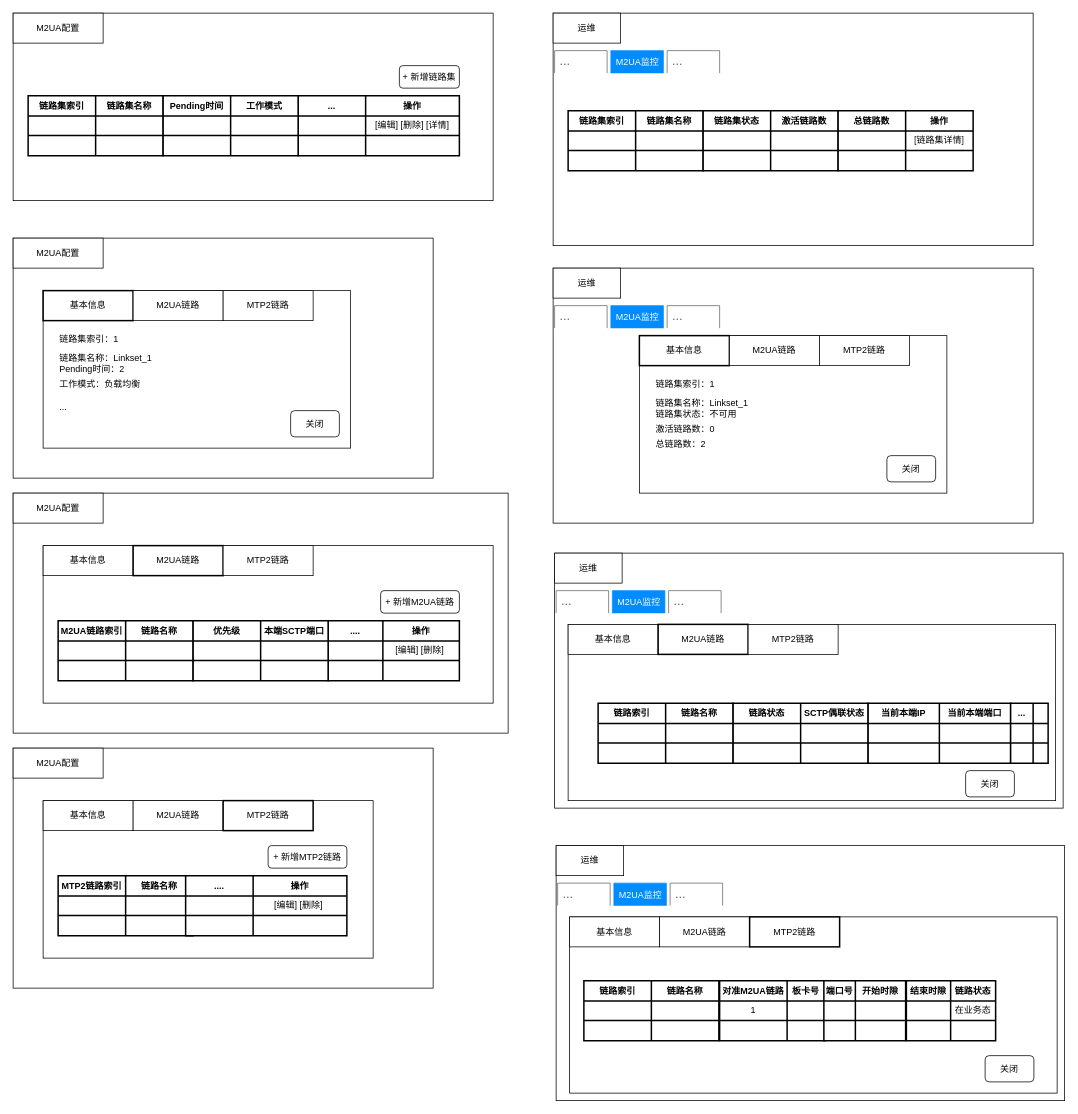
The draw.io diagram m2ua.drawio in waterwatermelon/graph, before the edit. Source tidied: cells renumbered, new cells numbered last; positions are measured from the earlier drawing's top-left corner, leaving out a move shared by most shapes. Both pictures are drawn from the tidied source at 75%, with x=0, y=0 at pixel (13, 13).
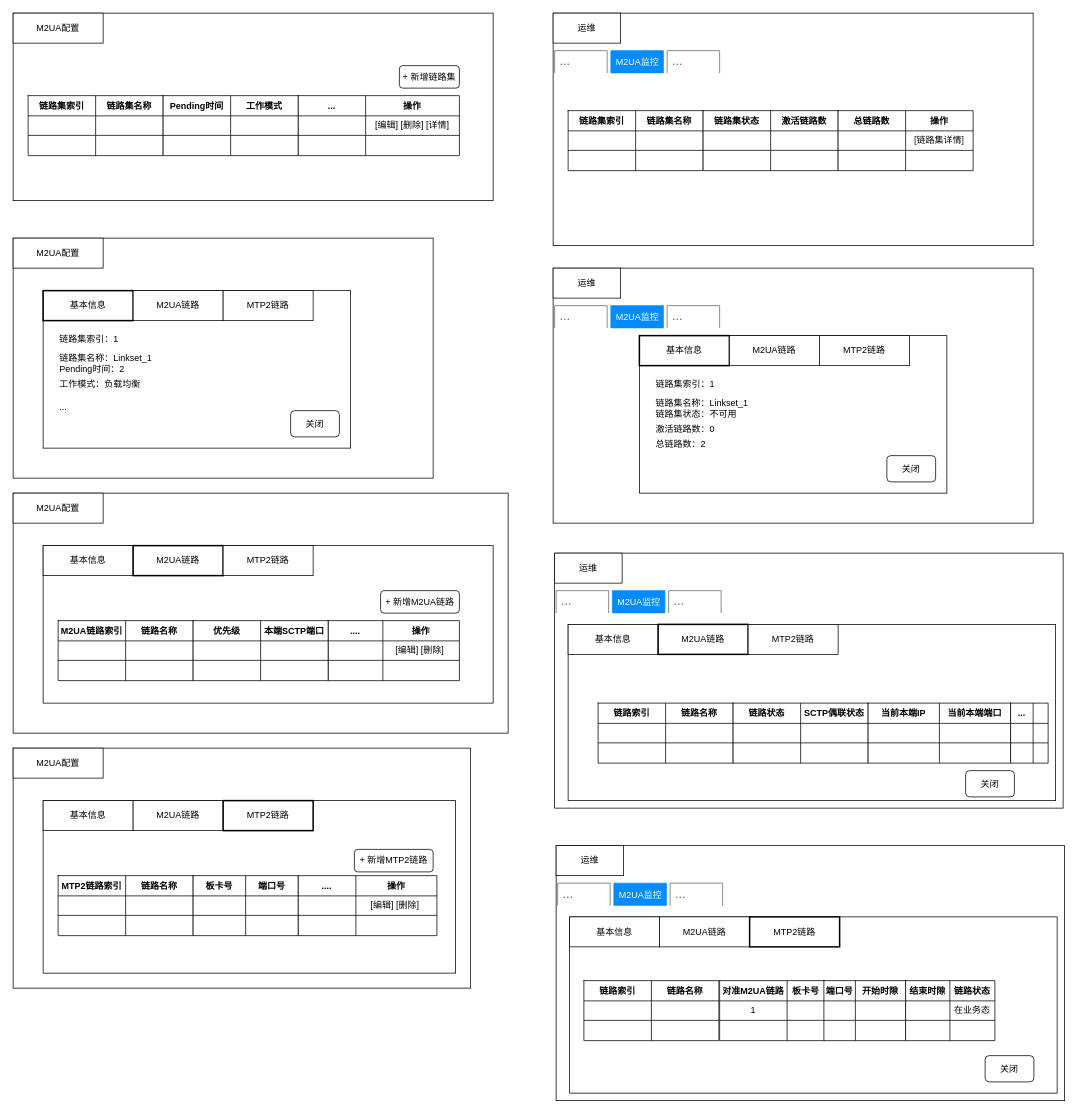
Above is the later version.

The edit, as a diff of the source:
```diff
@@
-    <mxCell id="4" style="shape=table;html=1;whiteSpace=wrap;startSize=0;childLayout=tableLayout;strokeWidth=2;" parent="1" vertex="1">
+    <mxCell id="4" style="shape=table;html=1;whiteSpace=wrap;startSize=0;childLayout=tableLayout;strokeWidth=1;" parent="1" vertex="1">
       <mxGeometry x="20" y="110" width="180" height="80" as="geometry" />
     </mxCell>
@@
-    <mxCell id="14" style="shape=table;html=1;whiteSpace=wrap;startSize=0;childLayout=tableLayout;strokeWidth=2;" parent="1" vertex="1">
+    <mxCell id="14" style="shape=table;html=1;whiteSpace=wrap;startSize=0;childLayout=tableLayout;strokeWidth=1;" parent="1" vertex="1">
       <mxGeometry x="380" y="110" width="215" height="80" as="geometry" />
     </mxCell>
@@
-    <mxCell id="40" style="shape=table;html=1;whiteSpace=wrap;startSize=0;childLayout=tableLayout;strokeWidth=2;" parent="1" vertex="1">
+    <mxCell id="40" style="shape=table;html=1;whiteSpace=wrap;startSize=0;childLayout=tableLayout;strokeWidth=1;" parent="1" vertex="1">
       <mxGeometry x="60" y="810" width="180" height="80" as="geometry" />
     </mxCell>
@@
-    <mxCell id="50" style="shape=table;html=1;whiteSpace=wrap;startSize=0;childLayout=tableLayout;strokeWidth=2;" parent="1" vertex="1">
+    <mxCell id="50" style="shape=table;html=1;whiteSpace=wrap;startSize=0;childLayout=tableLayout;strokeWidth=1;" parent="1" vertex="1">
       <mxGeometry x="420" y="810" width="175" height="80" as="geometry" />
     </mxCell>
@@
     <mxCell id="63" style="rounded=0;whiteSpace=wrap;html=1;" parent="1" vertex="1">
-      <mxGeometry y="980" width="560" height="320" as="geometry" />
+      <mxGeometry y="980" width="610" height="320" as="geometry" />
     </mxCell>
@@
     <mxCell id="65" style="rounded=0;whiteSpace=wrap;html=1;" parent="1" vertex="1">
-      <mxGeometry x="40" y="1050" width="440" height="210" as="geometry" />
+      <mxGeometry x="40" y="1050" width="550" height="230" as="geometry" />
     </mxCell>
@@
-    <mxCell id="69" style="shape=table;html=1;whiteSpace=wrap;startSize=0;childLayout=tableLayout;strokeWidth=2;" parent="1" vertex="1">
+    <mxCell id="69" style="shape=table;html=1;whiteSpace=wrap;startSize=0;childLayout=tableLayout;strokeWidth=1;" parent="1" vertex="1">
       <mxGeometry x="60" y="1150" width="180" height="80" as="geometry" />
     </mxCell>
@@
-    <mxCell id="79" style="shape=table;html=1;whiteSpace=wrap;startSize=0;childLayout=tableLayout;strokeWidth=2;" parent="1" vertex="1">
-      <mxGeometry x="230" y="1150" width="215" height="80" as="geometry" />
-    </mxCell>
-    <mxCell id="80" style="shape=tableRow;horizontal=0;startSize=0;swimlaneHead=0;swimlaneBody=0;top=0;left=0;bottom=0;right=0;fillColor=none;" parent="79" vertex="1">
-      <mxGeometry width="215" height="27" as="geometry" />
-    </mxCell>
-    <mxCell id="81" value="...." style="shape=partialRectangle;html=1;whiteSpace=wrap;fillColor=none;top=0;left=0;bottom=0;right=0;overflow=hidden;fontStyle=1;" parent="80" vertex="1">
-      <mxGeometry width="90" height="27" as="geometry" />
-    </mxCell>
-    <mxCell id="82" value="操作" style="shape=partialRectangle;html=1;whiteSpace=wrap;fillColor=none;top=0;left=0;bottom=0;right=0;overflow=hidden;fontStyle=1;" parent="80" vertex="1">
-      <mxGeometry x="90" width="125" height="27" as="geometry" />
-    </mxCell>
-    <mxCell id="83" style="shape=tableRow;horizontal=0;startSize=0;swimlaneHead=0;swimlaneBody=0;top=0;left=0;bottom=0;right=0;fillColor=none;" parent="79" vertex="1">
-      <mxGeometry y="27" width="215" height="26" as="geometry" />
-    </mxCell>
-    <mxCell id="84" style="shape=partialRectangle;html=1;whiteSpace=wrap;fillColor=none;top=0;left=0;bottom=0;right=0;overflow=hidden;" parent="83" vertex="1">
-      <mxGeometry width="90" height="26" as="geometry" />
-    </mxCell>
-    <mxCell id="85" value="[编辑] [删除]&amp;nbsp;" style="shape=partialRectangle;html=1;whiteSpace=wrap;fillColor=none;top=0;left=0;bottom=0;right=0;overflow=hidden;" parent="83" vertex="1">
-      <mxGeometry x="90" width="125" height="26" as="geometry" />
-    </mxCell>
-    <mxCell id="86" style="shape=tableRow;horizontal=0;startSize=0;swimlaneHead=0;swimlaneBody=0;top=0;left=0;bottom=0;right=0;fillColor=none;" parent="79" vertex="1">
-      <mxGeometry y="53" width="215" height="27" as="geometry" />
-    </mxCell>
-    <mxCell id="87" style="shape=partialRectangle;html=1;whiteSpace=wrap;fillColor=none;top=0;left=0;bottom=0;right=0;overflow=hidden;" parent="86" vertex="1">
-      <mxGeometry width="90" height="27" as="geometry" />
-    </mxCell>
-    <mxCell id="88" style="shape=partialRectangle;html=1;whiteSpace=wrap;fillColor=none;top=0;left=0;bottom=0;right=0;overflow=hidden;" parent="86" vertex="1">
-      <mxGeometry x="90" width="125" height="27" as="geometry" />
-    </mxCell>
     <mxCell id="89" value="+ 新增MTP2链路" style="html=1;whiteSpace=wrap;align=center;verticalAlign=middle;rounded=1;labelBorderColor=none;strokeColor=default;strokeWidth=1;" parent="1" vertex="1">
-      <mxGeometry x="340" y="1110" width="105" height="30" as="geometry" />
+      <mxGeometry x="455" y="1115" width="105" height="30" as="geometry" />
     </mxCell>
-    <mxCell id="90" style="shape=table;html=1;whiteSpace=wrap;startSize=0;childLayout=tableLayout;strokeWidth=2;" parent="1" vertex="1">
+    <mxCell id="90" style="shape=table;html=1;whiteSpace=wrap;startSize=0;childLayout=tableLayout;strokeWidth=1;" parent="1" vertex="1">
       <mxGeometry x="200" y="110" width="180" height="80" as="geometry" />
     </mxCell>
@@
-    <mxCell id="101" style="shape=table;html=1;whiteSpace=wrap;startSize=0;childLayout=tableLayout;strokeWidth=2;" parent="1" vertex="1">
+    <mxCell id="101" style="shape=table;html=1;whiteSpace=wrap;startSize=0;childLayout=tableLayout;strokeWidth=1;" parent="1" vertex="1">
       <mxGeometry x="240" y="810" width="180" height="80" as="geometry" />
     </mxCell>
@@
-    <mxCell id="116" style="shape=table;html=1;whiteSpace=wrap;startSize=0;childLayout=tableLayout;strokeWidth=2;" parent="1" vertex="1">
+    <mxCell id="116" style="shape=table;html=1;whiteSpace=wrap;startSize=0;childLayout=tableLayout;strokeWidth=1;" parent="1" vertex="1">
       <mxGeometry x="740" y="130" width="180" height="80" as="geometry" />
     </mxCell>
@@
-    <mxCell id="126" style="shape=table;html=1;whiteSpace=wrap;startSize=0;childLayout=tableLayout;strokeWidth=2;" parent="1" vertex="1">
+    <mxCell id="126" style="shape=table;html=1;whiteSpace=wrap;startSize=0;childLayout=tableLayout;strokeWidth=1;" parent="1" vertex="1">
       <mxGeometry x="920" y="130" width="180" height="80" as="geometry" />
     </mxCell>
@@
-    <mxCell id="136" style="shape=table;html=1;whiteSpace=wrap;startSize=0;childLayout=tableLayout;strokeWidth=2;" parent="1" vertex="1">
+    <mxCell id="136" style="shape=table;html=1;whiteSpace=wrap;startSize=0;childLayout=tableLayout;strokeWidth=1;" parent="1" vertex="1">
       <mxGeometry x="1100" y="130" width="180" height="80" as="geometry" />
     </mxCell>
@@
-    <mxCell id="171" style="shape=table;html=1;whiteSpace=wrap;startSize=0;childLayout=tableLayout;strokeWidth=2;" parent="1" vertex="1">
+    <mxCell id="171" style="shape=table;html=1;whiteSpace=wrap;startSize=0;childLayout=tableLayout;strokeWidth=1;" parent="1" vertex="1">
       <mxGeometry x="780" y="920" width="180" height="80" as="geometry" />
     </mxCell>
@@
-    <mxCell id="181" style="shape=table;html=1;whiteSpace=wrap;startSize=0;childLayout=tableLayout;strokeWidth=2;" parent="1" vertex="1">
+    <mxCell id="181" style="shape=table;html=1;whiteSpace=wrap;startSize=0;childLayout=tableLayout;strokeWidth=1;" parent="1" vertex="1">
       <mxGeometry x="960" y="920" width="180" height="80" as="geometry" />
     </mxCell>
@@
-    <mxCell id="191" style="shape=table;html=1;whiteSpace=wrap;startSize=0;childLayout=tableLayout;strokeWidth=2;" parent="1" vertex="1">
+    <mxCell id="191" style="shape=table;html=1;whiteSpace=wrap;startSize=0;childLayout=tableLayout;strokeWidth=1;" parent="1" vertex="1">
       <mxGeometry x="1140" y="920" width="190" height="80" as="geometry" />
     </mxCell>
@@
-    <mxCell id="201" style="shape=table;html=1;whiteSpace=wrap;startSize=0;childLayout=tableLayout;strokeWidth=2;" parent="1" vertex="1">
+    <mxCell id="201" style="shape=table;html=1;whiteSpace=wrap;startSize=0;childLayout=tableLayout;strokeWidth=1;" parent="1" vertex="1">
       <mxGeometry x="1330" y="920" width="50" height="80" as="geometry" />
     </mxCell>
@@
-    <mxCell id="221" style="shape=table;html=1;whiteSpace=wrap;startSize=0;childLayout=tableLayout;strokeWidth=2;" parent="1" vertex="1">
+    <mxCell id="221" style="shape=table;html=1;whiteSpace=wrap;startSize=0;childLayout=tableLayout;strokeWidth=1;" parent="1" vertex="1">
       <mxGeometry x="761" y="1290" width="180" height="80" as="geometry" />
     </mxCell>
@@
-    <mxCell id="231" style="shape=table;html=1;whiteSpace=wrap;startSize=0;childLayout=tableLayout;strokeWidth=2;" parent="1" vertex="1">
+    <mxCell id="231" style="shape=table;html=1;whiteSpace=wrap;startSize=0;childLayout=tableLayout;strokeWidth=1;" parent="1" vertex="1">
       <mxGeometry x="942" y="1290" width="140" height="80" as="geometry" />
     </mxCell>
@@
-    <mxCell id="241" style="shape=table;html=1;whiteSpace=wrap;startSize=0;childLayout=tableLayout;strokeWidth=2;" parent="1" vertex="1">
+    <mxCell id="241" style="shape=table;html=1;whiteSpace=wrap;startSize=0;childLayout=tableLayout;strokeWidth=1;" parent="1" vertex="1">
       <mxGeometry x="1081" y="1290" width="109" height="80" as="geometry" />
     </mxCell>
@@
-    <mxCell id="251" style="shape=table;html=1;whiteSpace=wrap;startSize=0;childLayout=tableLayout;strokeWidth=2;" parent="1" vertex="1">
-      <mxGeometry x="1191" y="1290" width="119" height="80" as="geometry" />
+    <mxCell id="251" style="shape=table;html=1;whiteSpace=wrap;startSize=0;childLayout=tableLayout;strokeWidth=1;" parent="1" vertex="1">
+      <mxGeometry x="1190" y="1290" width="119" height="80" as="geometry" />
     </mxCell>
@@
+    <mxCell id="79" style="shape=table;html=1;whiteSpace=wrap;startSize=0;childLayout=tableLayout;strokeWidth=1;" parent="1" vertex="1">
+      <mxGeometry x="380" y="1150" width="185" height="80" as="geometry" />
+    </mxCell>
+    <mxCell id="80" style="shape=tableRow;horizontal=0;startSize=0;swimlaneHead=0;swimlaneBody=0;top=0;left=0;bottom=0;right=0;fillColor=none;" parent="79" vertex="1">
+      <mxGeometry width="185" height="27" as="geometry" />
+    </mxCell>
+    <mxCell id="81" value="...." style="shape=partialRectangle;html=1;whiteSpace=wrap;fillColor=none;top=0;left=0;bottom=0;right=0;overflow=hidden;fontStyle=1;" parent="80" vertex="1">
+      <mxGeometry width="77" height="27" as="geometry" />
+    </mxCell>
+    <mxCell id="82" value="操作" style="shape=partialRectangle;html=1;whiteSpace=wrap;fillColor=none;top=0;left=0;bottom=0;right=0;overflow=hidden;fontStyle=1;" parent="80" vertex="1">
+      <mxGeometry x="77" width="108" height="27" as="geometry" />
+    </mxCell>
+    <mxCell id="83" style="shape=tableRow;horizontal=0;startSize=0;swimlaneHead=0;swimlaneBody=0;top=0;left=0;bottom=0;right=0;fillColor=none;" parent="79" vertex="1">
+      <mxGeometry y="27" width="185" height="26" as="geometry" />
+    </mxCell>
+    <mxCell id="84" style="shape=partialRectangle;html=1;whiteSpace=wrap;fillColor=none;top=0;left=0;bottom=0;right=0;overflow=hidden;" parent="83" vertex="1">
+      <mxGeometry width="77" height="26" as="geometry" />
+    </mxCell>
+    <mxCell id="85" value="[编辑] [删除]&amp;nbsp;" style="shape=partialRectangle;html=1;whiteSpace=wrap;fillColor=none;top=0;left=0;bottom=0;right=0;overflow=hidden;" parent="83" vertex="1">
+      <mxGeometry x="77" width="108" height="26" as="geometry" />
+    </mxCell>
+    <mxCell id="86" style="shape=tableRow;horizontal=0;startSize=0;swimlaneHead=0;swimlaneBody=0;top=0;left=0;bottom=0;right=0;fillColor=none;" parent="79" vertex="1">
+      <mxGeometry y="53" width="185" height="27" as="geometry" />
+    </mxCell>
+    <mxCell id="87" style="shape=partialRectangle;html=1;whiteSpace=wrap;fillColor=none;top=0;left=0;bottom=0;right=0;overflow=hidden;" parent="86" vertex="1">
+      <mxGeometry width="77" height="27" as="geometry" />
+    </mxCell>
+    <mxCell id="88" style="shape=partialRectangle;html=1;whiteSpace=wrap;fillColor=none;top=0;left=0;bottom=0;right=0;overflow=hidden;" parent="86" vertex="1">
+      <mxGeometry x="77" width="108" height="27" as="geometry" />
+    </mxCell>
+    <mxCell id="261" style="shape=table;html=1;whiteSpace=wrap;startSize=0;childLayout=tableLayout;strokeWidth=1;" parent="1" vertex="1">
+      <mxGeometry x="240" y="1150" width="140" height="80" as="geometry" />
+    </mxCell>
+    <mxCell id="262" style="shape=tableRow;horizontal=0;startSize=0;swimlaneHead=0;swimlaneBody=0;top=0;left=0;bottom=0;right=0;fillColor=none;" parent="261" vertex="1">
+      <mxGeometry width="140" height="27" as="geometry" />
+    </mxCell>
+    <mxCell id="263" value="板卡号" style="shape=partialRectangle;html=1;whiteSpace=wrap;fillColor=none;top=0;left=0;bottom=0;right=0;overflow=hidden;fontStyle=1;" parent="262" vertex="1">
+      <mxGeometry width="70" height="27" as="geometry" />
+    </mxCell>
+    <mxCell id="264" value="端口号" style="shape=partialRectangle;html=1;whiteSpace=wrap;fillColor=none;top=0;left=0;bottom=0;right=0;overflow=hidden;fontStyle=1;" parent="262" vertex="1">
+      <mxGeometry x="70" width="70" height="27" as="geometry" />
+    </mxCell>
+    <mxCell id="265" style="shape=tableRow;horizontal=0;startSize=0;swimlaneHead=0;swimlaneBody=0;top=0;left=0;bottom=0;right=0;fillColor=none;" parent="261" vertex="1">
+      <mxGeometry y="27" width="140" height="26" as="geometry" />
+    </mxCell>
+    <mxCell id="266" style="shape=partialRectangle;html=1;whiteSpace=wrap;fillColor=none;top=0;left=0;bottom=0;right=0;overflow=hidden;" parent="265" vertex="1">
+      <mxGeometry width="70" height="26" as="geometry" />
+    </mxCell>
+    <mxCell id="267" style="shape=partialRectangle;html=1;whiteSpace=wrap;fillColor=none;top=0;left=0;bottom=0;right=0;overflow=hidden;" parent="265" vertex="1">
+      <mxGeometry x="70" width="70" height="26" as="geometry" />
+    </mxCell>
+    <mxCell id="268" style="shape=tableRow;horizontal=0;startSize=0;swimlaneHead=0;swimlaneBody=0;top=0;left=0;bottom=0;right=0;fillColor=none;" parent="261" vertex="1">
+      <mxGeometry y="53" width="140" height="27" as="geometry" />
+    </mxCell>
+    <mxCell id="269" style="shape=partialRectangle;html=1;whiteSpace=wrap;fillColor=none;top=0;left=0;bottom=0;right=0;overflow=hidden;" parent="268" vertex="1">
+      <mxGeometry width="70" height="27" as="geometry" />
+    </mxCell>
+    <mxCell id="270" style="shape=partialRectangle;html=1;whiteSpace=wrap;fillColor=none;top=0;left=0;bottom=0;right=0;overflow=hidden;" parent="268" vertex="1">
+      <mxGeometry x="70" width="70" height="27" as="geometry" />
+    </mxCell>
```
